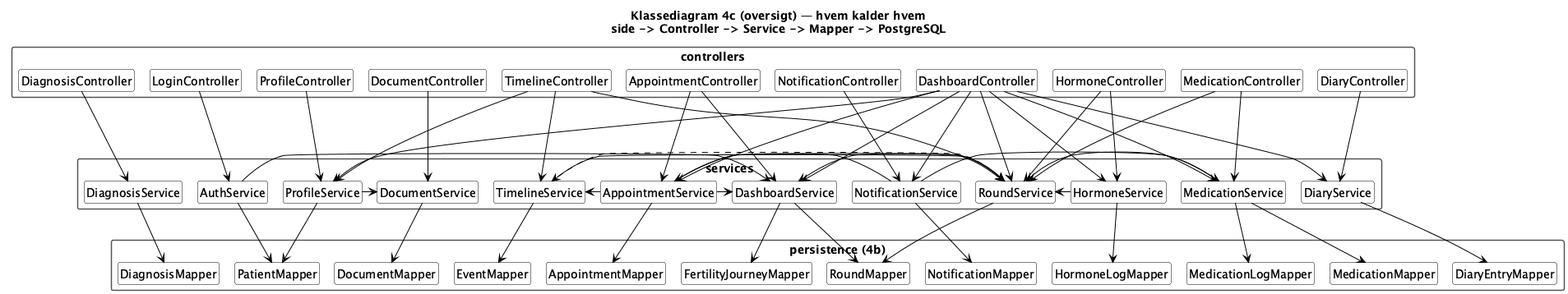
This is doc/static/Klassediagram4c-oversigt.png from BesimaP/Simpl-PET-project, a PlantUML export, as it was before one commit.
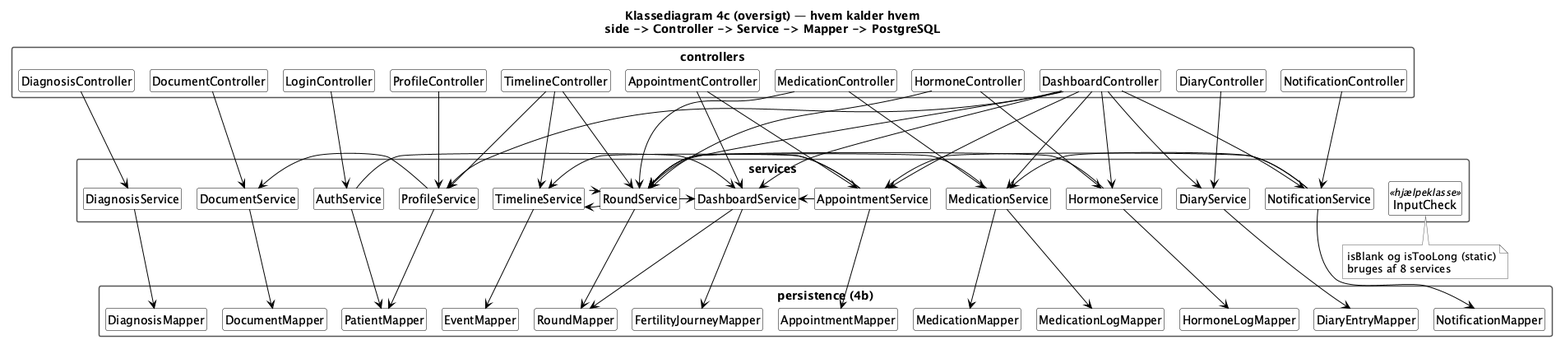
The same diagram one commit later.

Diff of the diagram source:
```diff
@@ -47,7 +47,9 @@
   class MedicationService
   class DiaryService
   class NotificationService
+  class InputCheck <<hjælpeklasse>>
 }
+note bottom of InputCheck : isBlank og isTooLong (static)\nbruges af 8 services
 
 package "persistence (4b)" {
   class PatientMapper
```
